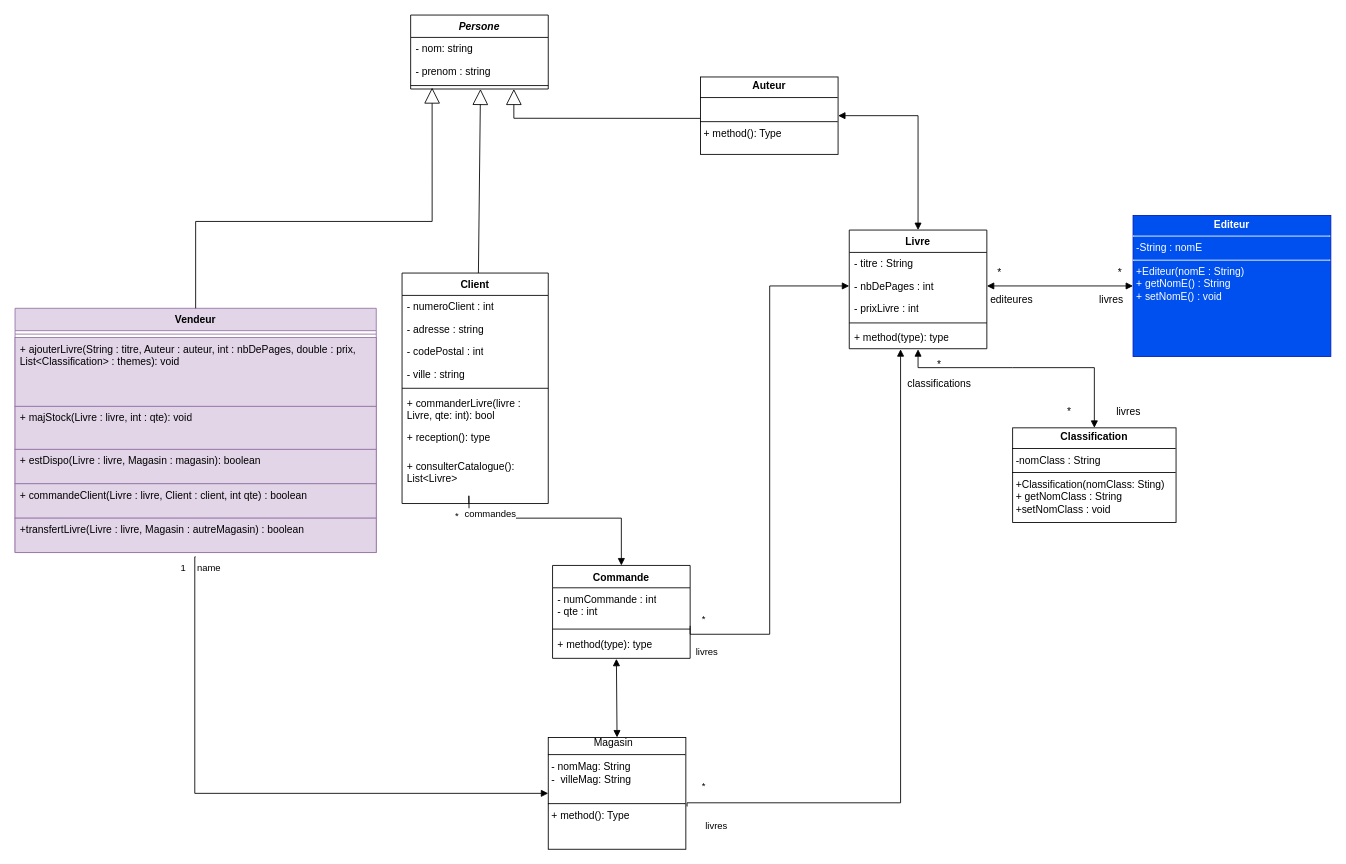
This is diagrammedeclasse.drawio from NolhanDolou/SAE_JAVA, a draw.io file, before an edit. Source tidied: cells renumbered, new cells numbered last; positions are measured from the earlier drawing's top-left corner, leaving out a move shared by most shapes. Both pictures are drawn from the tidied source at 86%, with x=0, y=0 at pixel (15, 15).
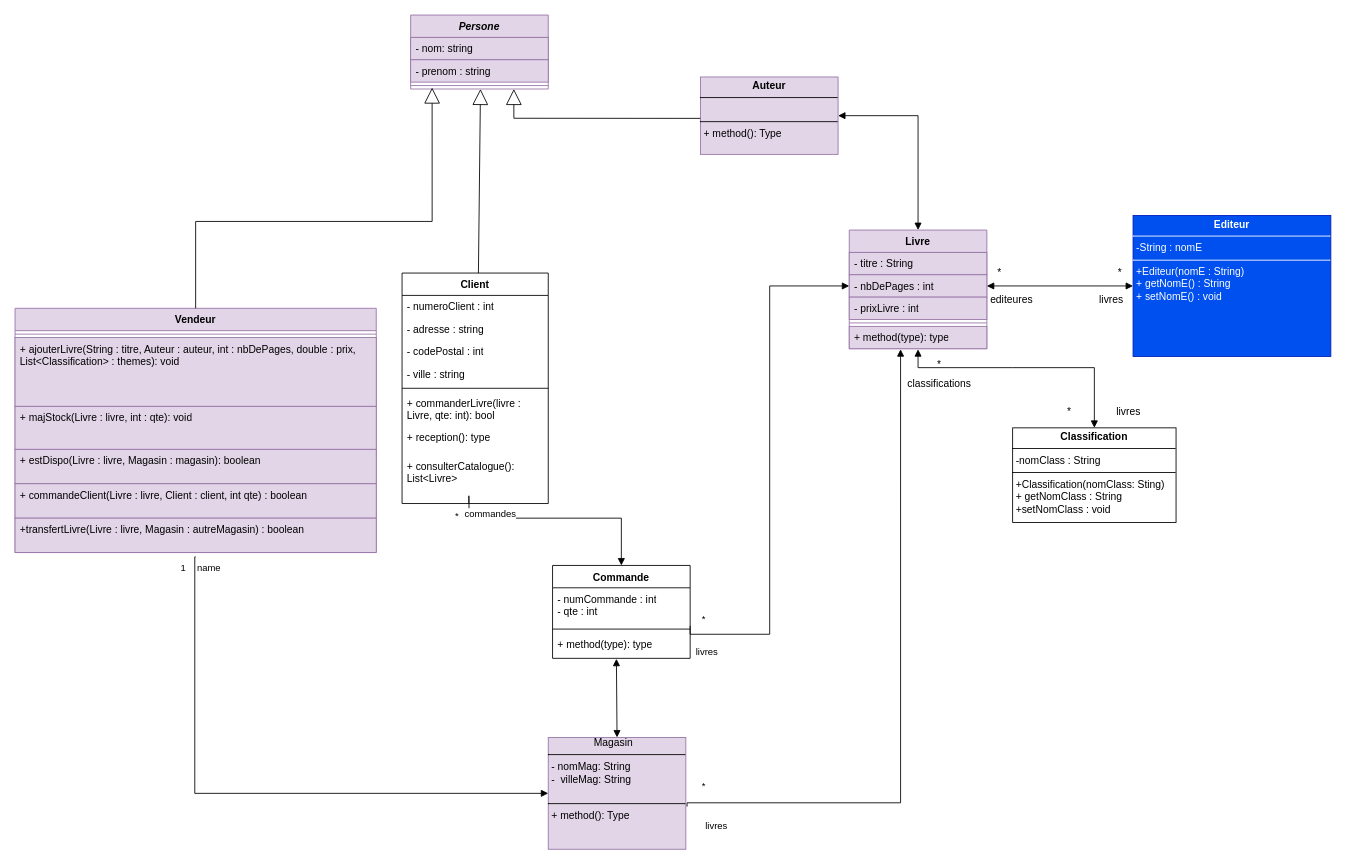
The same page after the edit.

Commit message:
Mettre à jour diagrammedeclasse.drawio

Diff of the diagram source:
```diff
@@
-    <mxCell id="2" value="&lt;i&gt;Persone&lt;/i&gt;" style="swimlane;fontStyle=1;align=center;verticalAlign=top;horizontal=1;startSize=26;whiteSpace=wrap;html=1;" parent="1" vertex="1">
+    <mxCell id="2" value="&lt;i&gt;Persone&lt;/i&gt;" style="swimlane;fontStyle=1;align=center;verticalAlign=top;horizontal=1;startSize=26;whiteSpace=wrap;html=1;fillColor=#e1d5e7;strokeColor=#9673a6;" parent="1" vertex="1">
       <mxGeometry x="460" width="160" height="86" as="geometry" />
     </mxCell>
-    <mxCell id="3" value="- nom: string" style="text;strokeColor=none;fillColor=none;align=left;verticalAlign=top;spacingLeft=4;spacingRight=4;overflow=hidden;whiteSpace=wrap;html=1;" parent="2" vertex="1">
+    <mxCell id="3" value="- nom: string" style="text;strokeColor=#9673a6;fillColor=#e1d5e7;align=left;verticalAlign=top;spacingLeft=4;spacingRight=4;overflow=hidden;whiteSpace=wrap;html=1;" parent="2" vertex="1">
       <mxGeometry y="26" width="160" height="26" as="geometry" />
     </mxCell>
-    <mxCell id="4" value="- prenom : string" style="text;strokeColor=none;fillColor=none;align=left;verticalAlign=top;spacingLeft=4;spacingRight=4;overflow=hidden;whiteSpace=wrap;html=1;" parent="2" vertex="1">
+    <mxCell id="4" value="- prenom : string" style="text;strokeColor=#9673a6;fillColor=#e1d5e7;align=left;verticalAlign=top;spacingLeft=4;spacingRight=4;overflow=hidden;whiteSpace=wrap;html=1;" parent="2" vertex="1">
       <mxGeometry y="52" width="160" height="26" as="geometry" />
     </mxCell>
-    <mxCell id="5" style="line;strokeWidth=1;fillColor=none;align=left;verticalAlign=middle;spacingTop=-1;spacingLeft=3;spacingRight=3;labelPosition=right;points=[];portConstraint=eastwest;strokeColor=inherit;" parent="2" vertex="1">
+    <mxCell id="5" style="line;strokeWidth=1;fillColor=#e1d5e7;align=left;verticalAlign=middle;spacingTop=-1;spacingLeft=3;spacingRight=3;labelPosition=right;points=[];portConstraint=eastwest;strokeColor=#9673a6;" parent="2" vertex="1">
       <mxGeometry y="78" width="160" height="8" as="geometry" />
     </mxCell>
@@
-    <mxCell id="22" value="Livre" style="swimlane;fontStyle=1;align=center;verticalAlign=top;horizontal=1;startSize=26;whiteSpace=wrap;html=1;" parent="1" vertex="1">
+    <mxCell id="22" value="Livre" style="swimlane;fontStyle=1;align=center;verticalAlign=top;horizontal=1;startSize=26;whiteSpace=wrap;html=1;fillColor=#e1d5e7;strokeColor=#9673a6;" parent="1" vertex="1">
       <mxGeometry x="970" y="250" width="160" height="138" as="geometry" />
     </mxCell>
-    <mxCell id="23" value="- titre : String" style="text;strokeColor=none;fillColor=none;align=left;verticalAlign=top;spacingLeft=4;spacingRight=4;overflow=hidden;whiteSpace=wrap;html=1;" parent="22" vertex="1">
+    <mxCell id="23" value="- titre : String" style="text;strokeColor=#9673a6;fillColor=#e1d5e7;align=left;verticalAlign=top;spacingLeft=4;spacingRight=4;overflow=hidden;whiteSpace=wrap;html=1;" parent="22" vertex="1">
       <mxGeometry y="26" width="160" height="26" as="geometry" />
     </mxCell>
-    <mxCell id="24" value="- nbDePages : int" style="text;strokeColor=none;fillColor=none;align=left;verticalAlign=top;spacingLeft=4;spacingRight=4;overflow=hidden;points=[[0,0.5],[1,0.5]];portConstraint=eastwest;whiteSpace=wrap;html=1;" parent="22" vertex="1">
+    <mxCell id="24" value="- nbDePages : int" style="text;strokeColor=#9673a6;fillColor=#e1d5e7;align=left;verticalAlign=top;spacingLeft=4;spacingRight=4;overflow=hidden;points=[[0,0.5],[1,0.5]];portConstraint=eastwest;whiteSpace=wrap;html=1;" parent="22" vertex="1">
       <mxGeometry y="52" width="160" height="26" as="geometry" />
     </mxCell>
-    <mxCell id="25" value="&lt;div&gt;- prixLivre : int&lt;/div&gt;" style="text;strokeColor=none;fillColor=none;align=left;verticalAlign=top;spacingLeft=4;spacingRight=4;overflow=hidden;whiteSpace=wrap;html=1;" parent="22" vertex="1">
+    <mxCell id="25" value="&lt;div&gt;- prixLivre : int&lt;/div&gt;" style="text;strokeColor=#9673a6;fillColor=#e1d5e7;align=left;verticalAlign=top;spacingLeft=4;spacingRight=4;overflow=hidden;whiteSpace=wrap;html=1;" parent="22" vertex="1">
       <mxGeometry y="78" width="160" height="26" as="geometry" />
     </mxCell>
-    <mxCell id="26" style="line;strokeWidth=1;fillColor=none;align=left;verticalAlign=middle;spacingTop=-1;spacingLeft=3;spacingRight=3;labelPosition=right;strokeColor=inherit;" parent="22" vertex="1">
+    <mxCell id="26" style="line;strokeWidth=1;fillColor=#e1d5e7;align=left;verticalAlign=middle;spacingTop=-1;spacingLeft=3;spacingRight=3;labelPosition=right;strokeColor=#9673a6;" parent="22" vertex="1">
       <mxGeometry y="104" width="160" height="8" as="geometry" />
     </mxCell>
-    <mxCell id="27" value="+ method(type): type" style="text;strokeColor=none;fillColor=none;align=left;verticalAlign=top;spacingLeft=4;spacingRight=4;overflow=hidden;points=[[0,0.5],[1,0.5]];portConstraint=eastwest;whiteSpace=wrap;html=1;" parent="22" vertex="1">
+    <mxCell id="27" value="+ method(type): type" style="text;strokeColor=#9673a6;fillColor=#e1d5e7;align=left;verticalAlign=top;spacingLeft=4;spacingRight=4;overflow=hidden;points=[[0,0.5],[1,0.5]];portConstraint=eastwest;whiteSpace=wrap;html=1;" parent="22" vertex="1">
       <mxGeometry y="112" width="160" height="26" as="geometry" />
     </mxCell>
@@
-    <mxCell id="34" value="&lt;div&gt;&lt;span style=&quot;white-space: pre;&quot;&gt;&#9;&lt;/span&gt;&lt;span style=&quot;white-space: pre;&quot;&gt;&#9;&lt;/span&gt;Magasin&lt;/div&gt;&lt;hr size=&quot;1&quot; style=&quot;border-style:solid;&quot;&gt;&lt;p style=&quot;margin:0px;margin-left:4px;&quot;&gt;- nomMag: String&lt;/p&gt;&lt;p style=&quot;margin:0px;margin-left:4px;&quot;&gt;-&amp;nbsp; villeMag: String&lt;/p&gt;&lt;p style=&quot;margin:0px;margin-left:4px;&quot;&gt;&lt;br&gt;&lt;/p&gt;&lt;hr size=&quot;1&quot; style=&quot;border-style:solid;&quot;&gt;&lt;p style=&quot;margin:0px;margin-left:4px;&quot;&gt;+ method(): Type&lt;/p&gt;" style="verticalAlign=top;align=left;overflow=fill;html=1;whiteSpace=wrap;" parent="1" vertex="1">
+    <mxCell id="34" value="&lt;div&gt;&lt;span style=&quot;white-space: pre;&quot;&gt;&#9;&lt;/span&gt;&lt;span style=&quot;white-space: pre;&quot;&gt;&#9;&lt;/span&gt;Magasin&lt;/div&gt;&lt;hr size=&quot;1&quot; style=&quot;border-style:solid;&quot;&gt;&lt;p style=&quot;margin:0px;margin-left:4px;&quot;&gt;- nomMag: String&lt;/p&gt;&lt;p style=&quot;margin:0px;margin-left:4px;&quot;&gt;-&amp;nbsp; villeMag: String&lt;/p&gt;&lt;p style=&quot;margin:0px;margin-left:4px;&quot;&gt;&lt;br&gt;&lt;/p&gt;&lt;hr size=&quot;1&quot; style=&quot;border-style:solid;&quot;&gt;&lt;p style=&quot;margin:0px;margin-left:4px;&quot;&gt;+ method(): Type&lt;/p&gt;" style="verticalAlign=top;align=left;overflow=fill;html=1;whiteSpace=wrap;fillColor=#e1d5e7;strokeColor=#9673a6;" parent="1" vertex="1">
       <mxGeometry x="620" y="840" width="160" height="130" as="geometry" />
     </mxCell>
-    <mxCell id="35" value="&lt;p style=&quot;margin:0px;margin-top:4px;text-align:center;&quot;&gt;&lt;b&gt;Auteur&lt;/b&gt;&lt;/p&gt;&lt;hr size=&quot;1&quot; style=&quot;border-style:solid;&quot;&gt;&lt;br&gt;&lt;hr size=&quot;1&quot; style=&quot;border-style:solid;&quot;&gt;&lt;p style=&quot;margin:0px;margin-left:4px;&quot;&gt;+ method(): Type&lt;/p&gt;" style="verticalAlign=top;align=left;overflow=fill;html=1;whiteSpace=wrap;" parent="1" vertex="1">
+    <mxCell id="35" value="&lt;p style=&quot;margin:0px;margin-top:4px;text-align:center;&quot;&gt;&lt;b&gt;Auteur&lt;/b&gt;&lt;/p&gt;&lt;hr size=&quot;1&quot; style=&quot;border-style:solid;&quot;&gt;&lt;br&gt;&lt;hr size=&quot;1&quot; style=&quot;border-style:solid;&quot;&gt;&lt;p style=&quot;margin:0px;margin-left:4px;&quot;&gt;+ method(): Type&lt;/p&gt;" style="verticalAlign=top;align=left;overflow=fill;html=1;whiteSpace=wrap;fillColor=#e1d5e7;strokeColor=#9673a6;" parent="1" vertex="1">
       <mxGeometry x="797" y="72" width="160" height="90" as="geometry" />
     </mxCell>
```
